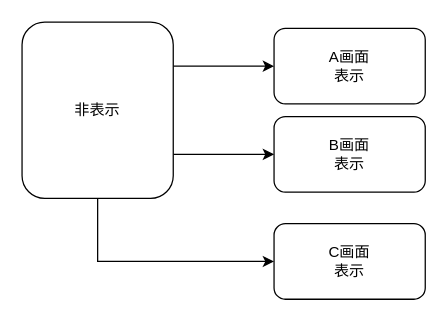
Above: Drawio/test2.drawio in shingo-fukamatsu/AsciiDoc_plantUML (draw.io), before the change. Source tidied: cells renumbered, new cells numbered last; positions are measured from the earlier drawing's top-left corner, leaving out a move shared by most shapes. Both pictures are drawn from the tidied source at 126%, with x=0, y=0 at pixel (21, 21).
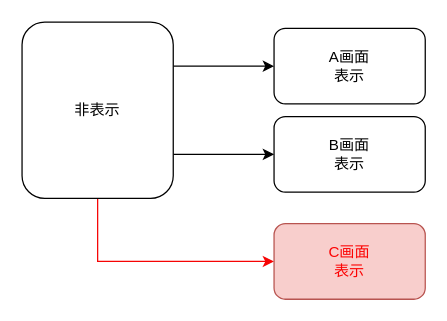
The same diagram, later.

Commit message:
赤色に色付けしました

Diff of the diagram source:
```diff
@@
 <mxGraphModel>
   <root>
     <mxCell id="0" />
     <mxCell id="1" parent="0" />
     <mxCell id="2" style="edgeStyle=orthogonalEdgeStyle;rounded=0;jettySize=auto;html=1;exitX=1;exitY=0.25;exitDx=0;exitDy=0;entryX=0;entryY=0.5;entryDx=0;entryDy=0;" parent="1" edge="1" source="5" target="6">
       <mxGeometry relative="1" as="geometry" />
     </mxCell>
     <mxCell id="3" style="edgeStyle=orthogonalEdgeStyle;rounded=0;jettySize=auto;html=1;exitX=1;exitY=0.75;exitDx=0;exitDy=0;entryX=0;entryY=0.5;entryDx=0;entryDy=0;" parent="1" edge="1" source="5" target="7">
       <mxGeometry relative="1" as="geometry" />
     </mxCell>
-    <mxCell id="4" style="edgeStyle=orthogonalEdgeStyle;rounded=0;jettySize=auto;html=1;exitX=0.5;exitY=1;exitDx=0;exitDy=0;entryX=0;entryY=0.5;entryDx=0;entryDy=0;" parent="1" edge="1" source="5" target="8">
+    <mxCell id="4" style="edgeStyle=orthogonalEdgeStyle;rounded=0;jettySize=auto;html=1;exitX=0.5;exitY=1;exitDx=0;exitDy=0;entryX=0;entryY=0.5;entryDx=0;entryDy=0;strokeColor=#f60404;" parent="1" edge="1" source="5" target="8">
       <mxGeometry relative="1" as="geometry" />
     </mxCell>
     <mxCell id="5" value="非表示" style="rounded=1;whiteSpace=wrap;html=1;" parent="1" vertex="1">
       <mxGeometry width="120" height="140" as="geometry" />
     </mxCell>
     <mxCell id="6" value="&lt;div&gt;A画面&lt;/div&gt;表示" style="rounded=1;whiteSpace=wrap;html=1;" parent="1" vertex="1">
       <mxGeometry x="200" y="5" width="120" height="60" as="geometry" />
     </mxCell>
     <mxCell id="7" value="&lt;div&gt;B画面&lt;/div&gt;表示" style="rounded=1;whiteSpace=wrap;html=1;" parent="1" vertex="1">
       <mxGeometry x="200" y="75" width="120" height="60" as="geometry" />
     </mxCell>
-    <mxCell id="8" value="&lt;div&gt;C画面&lt;/div&gt;表示" style="rounded=1;whiteSpace=wrap;html=1;" parent="1" vertex="1">
+    <mxCell id="8" value="&lt;div&gt;&lt;font color=&quot;#fc0303&quot;&gt;C画面&lt;/font&gt;&lt;/div&gt;&lt;font color=&quot;#fc0303&quot;&gt;表示&lt;/font&gt;" style="rounded=1;whiteSpace=wrap;html=1;fillColor=#f8cecc;strokeColor=#b85450;" parent="1" vertex="1">
       <mxGeometry x="200" y="160" width="120" height="60" as="geometry" />
     </mxCell>
   </root>
 </mxGraphModel>
```
